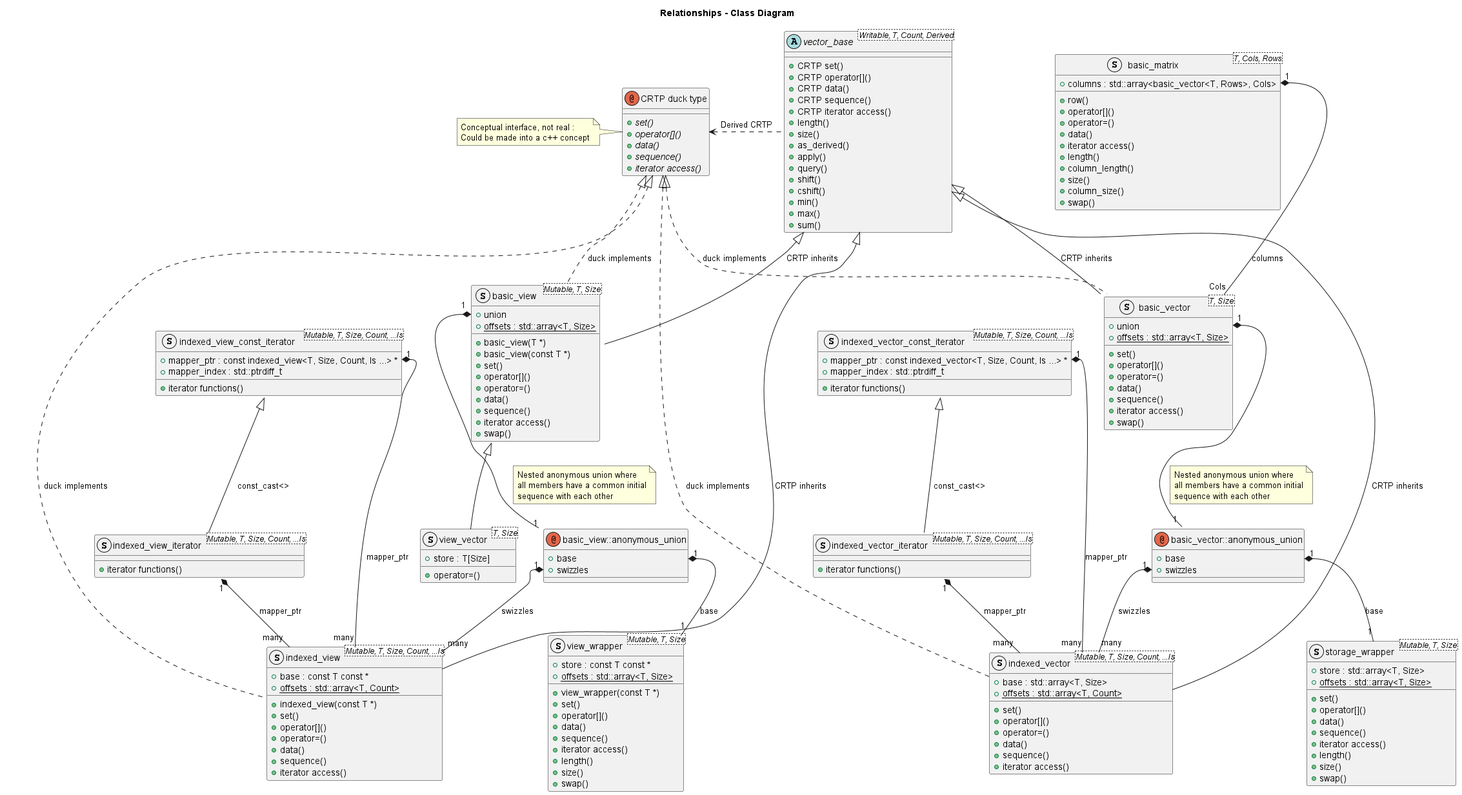
Before: docs/dsga.png, a diagram exported from PlantUML (davidbrowne/dsga).
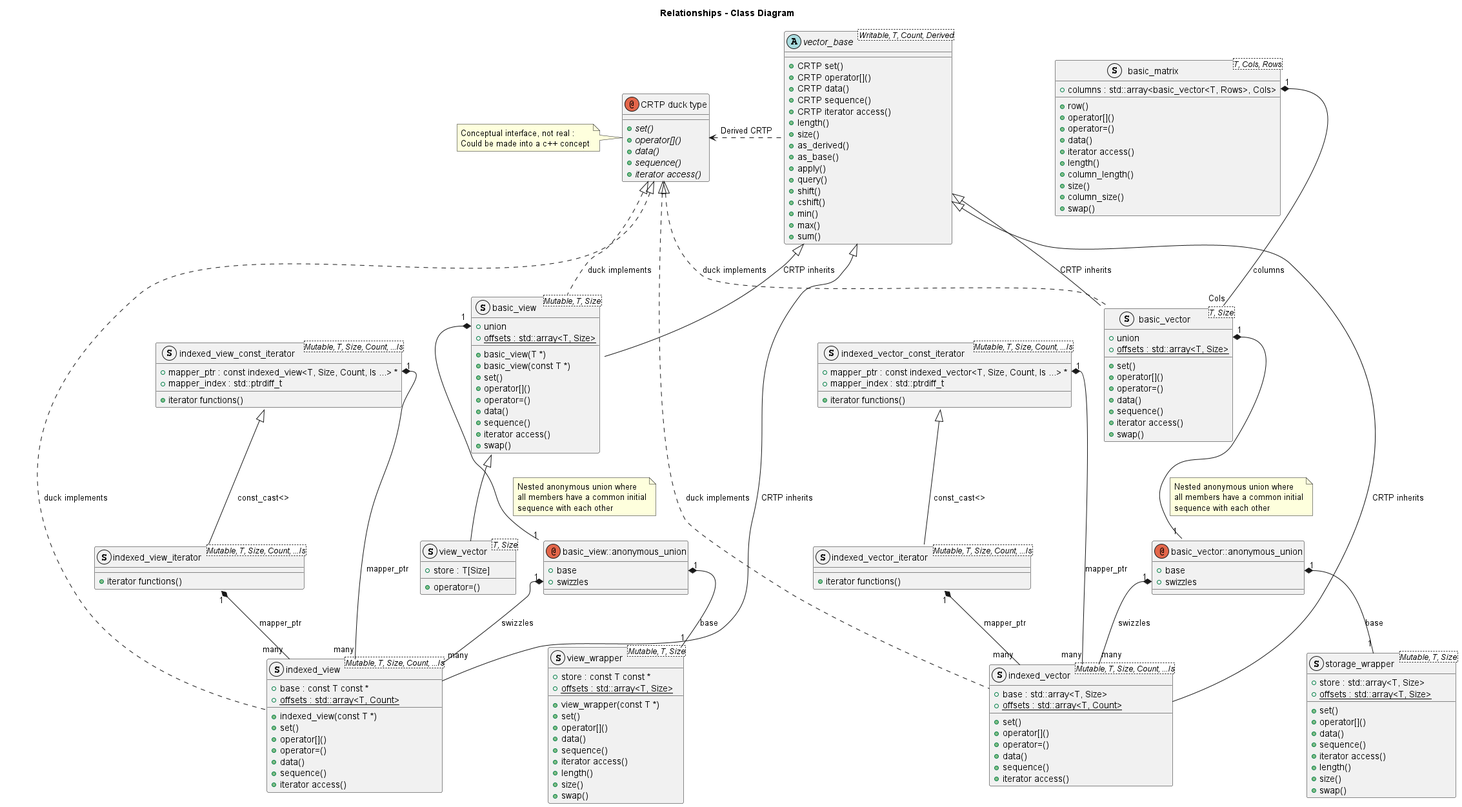
Later version of the same file.

The edit, as a diff of the source:
```diff
@@ -22,6 +22,7 @@
 		+ length()
 		+ size()
 		+ as_derived()
+		+ as_base()
 		+ apply()
 		+ query()
 		+ shift()
```
